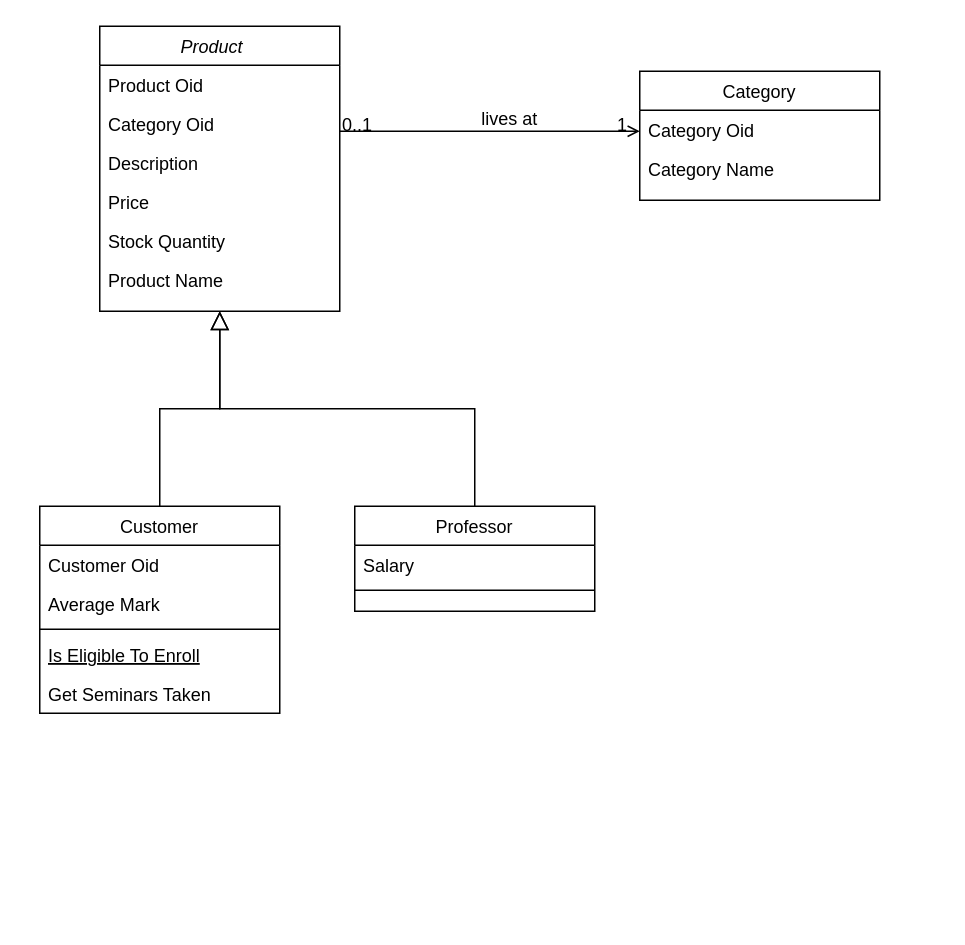
Earlier version of the draw.io diagram AssetManagementRetail.drawio (arizzadamm/AssetManagementRetail). Source tidied: cells renumbered, new cells numbered last; positions are measured from the earlier drawing's top-left corner, leaving out a move shared by most shapes. Both pictures are drawn from the tidied source at 150%, with x=0, y=0 at pixel (39, 26).
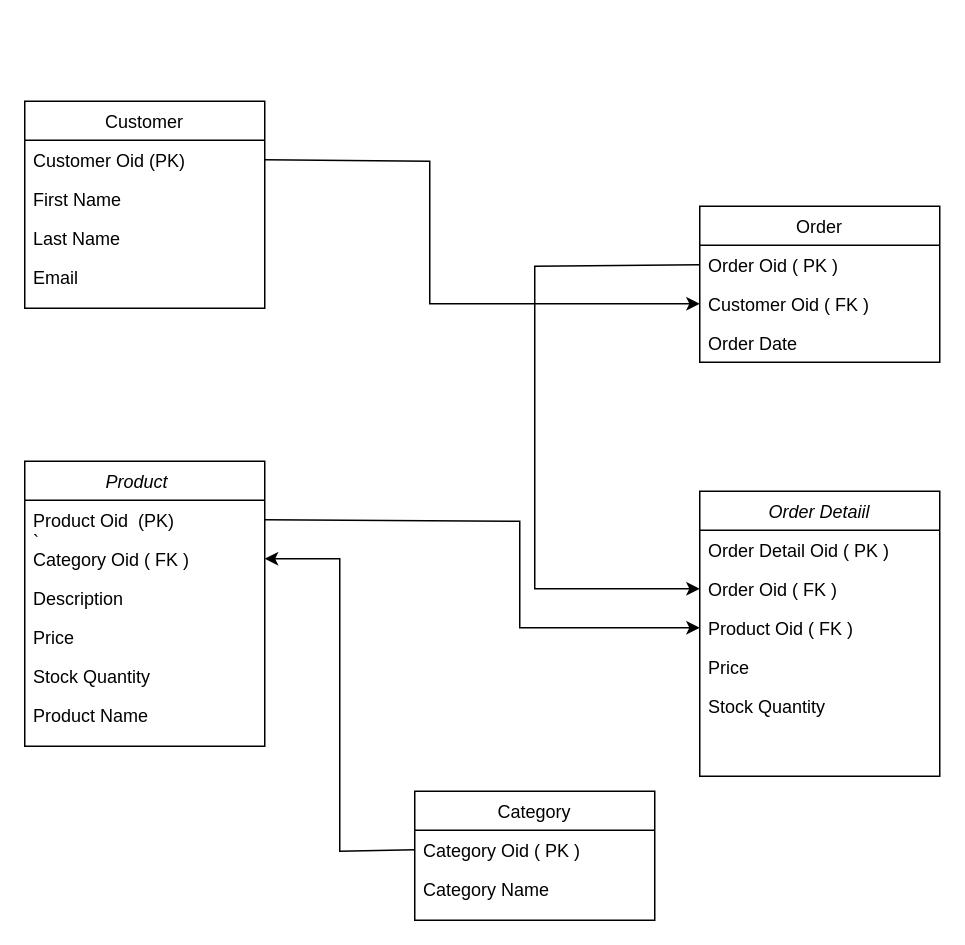
Above is the later version.

Change to the diagram source:
```diff
@@
     <mxCell id="2" value="Product   " style="swimlane;fontStyle=2;align=center;verticalAlign=top;horizontal=1;startSize=26;rounded=0;shadow=0;strokeWidth=1;" parent="1" vertex="1">
-      <mxGeometry x="40" width="160" height="190" as="geometry" />
+      <mxGeometry x="-10" y="290" width="160" height="190" as="geometry" />
     </mxCell>
-    <mxCell id="3" value="Product Oid    &#10;&#10;&#10;" style="text;align=left;verticalAlign=top;spacingLeft=4;spacingRight=4;overflow=hidden;points=[[0,0.5],[1,0.5]];portConstraint=eastwest;" parent="2" vertex="1">
+    <mxCell id="3" value="Product Oid  (PK)&#10;`&#10;&#10;" style="text;align=left;verticalAlign=top;spacingLeft=4;spacingRight=4;overflow=hidden;points=[[0,0.5],[1,0.5]];portConstraint=eastwest;" parent="2" vertex="1">
       <mxGeometry y="26" width="160" height="26" as="geometry" />
     </mxCell>
-    <mxCell id="4" value="Category Oid" style="text;align=left;verticalAlign=top;spacingLeft=4;spacingRight=4;overflow=hidden;points=[[0,0.5],[1,0.5]];portConstraint=eastwest;rounded=0;shadow=0;html=0;" parent="2" vertex="1">
+    <mxCell id="4" value="Category Oid ( FK ) " style="text;align=left;verticalAlign=top;spacingLeft=4;spacingRight=4;overflow=hidden;points=[[0,0.5],[1,0.5]];portConstraint=eastwest;rounded=0;shadow=0;html=0;" parent="2" vertex="1">
       <mxGeometry y="52" width="160" height="26" as="geometry" />
     </mxCell>
@@
     <mxCell id="9" value="Customer" style="swimlane;fontStyle=0;align=center;verticalAlign=top;horizontal=1;startSize=26;rounded=0;shadow=0;strokeWidth=1;" parent="1" vertex="1">
-      <mxGeometry y="320" width="160" height="138" as="geometry" />
+      <mxGeometry x="-10" y="50" width="160" height="138" as="geometry" />
     </mxCell>
-    <mxCell id="10" value="Customer Oid" style="text;align=left;verticalAlign=top;spacingLeft=4;spacingRight=4;overflow=hidden;points=[[0,0.5],[1,0.5]];portConstraint=eastwest;" parent="9" vertex="1">
+    <mxCell id="10" value="Customer Oid (PK)" style="text;align=left;verticalAlign=top;spacingLeft=4;spacingRight=4;overflow=hidden;points=[[0,0.5],[1,0.5]];portConstraint=eastwest;" parent="9" vertex="1">
       <mxGeometry y="26" width="160" height="26" as="geometry" />
     </mxCell>
-    <mxCell id="11" value="Average Mark" style="text;align=left;verticalAlign=top;spacingLeft=4;spacingRight=4;overflow=hidden;rounded=0;shadow=0;html=0;" parent="9" vertex="1">
+    <mxCell id="11" value="First Name" style="text;align=left;verticalAlign=top;spacingLeft=4;spacingRight=4;overflow=hidden;rounded=0;shadow=0;html=0;" parent="9" vertex="1">
       <mxGeometry y="52" width="160" height="26" as="geometry" />
     </mxCell>
-    <mxCell id="12" style="line;html=1;strokeWidth=1;align=left;verticalAlign=middle;spacingTop=-1;spacingLeft=3;spacingRight=3;labelPosition=right;" parent="9" vertex="1">
-      <mxGeometry y="78" width="160" height="8" as="geometry" />
-    </mxCell>
-    <mxCell id="13" value="Is Eligible To Enroll" style="text;align=left;verticalAlign=top;spacingLeft=4;spacingRight=4;overflow=hidden;fontStyle=4;" parent="9" vertex="1">
-      <mxGeometry y="86" width="160" height="26" as="geometry" />
+    <mxCell id="13" value="Last Name" style="text;align=left;verticalAlign=top;spacingLeft=4;spacingRight=4;overflow=hidden;fontStyle=0;strokeWidth=1;" parent="9" vertex="1">
+      <mxGeometry y="78" width="160" height="26" as="geometry" />
     </mxCell>
-    <mxCell id="14" value="Get Seminars Taken" style="text;align=left;verticalAlign=top;spacingLeft=4;spacingRight=4;overflow=hidden;" parent="9" vertex="1">
-      <mxGeometry y="112" width="160" height="26" as="geometry" />
+    <mxCell id="14" value="Email" style="text;align=left;verticalAlign=top;spacingLeft=4;spacingRight=4;overflow=hidden;" parent="9" vertex="1">
+      <mxGeometry y="104" width="160" height="26" as="geometry" />
     </mxCell>
-    <mxCell id="15" style="endArrow=block;endSize=10;endFill=0;shadow=0;strokeWidth=1;rounded=0;edgeStyle=elbowEdgeStyle;elbow=vertical;" parent="1" edge="1" source="9" target="2">
-      <mxGeometry relative="1" as="geometry" />
-    </mxCell>
-    <mxCell id="16" value="Professor" style="swimlane;fontStyle=0;align=center;verticalAlign=top;horizontal=1;startSize=26;rounded=0;shadow=0;strokeWidth=1;" parent="1" vertex="1">
-      <mxGeometry x="210" y="320" width="160" height="70" as="geometry" />
+    <mxCell id="16" value="Order" style="swimlane;fontStyle=0;align=center;verticalAlign=top;horizontal=1;startSize=26;rounded=0;shadow=0;strokeWidth=1;" parent="1" vertex="1">
+      <mxGeometry x="440" y="120" width="160" height="104" as="geometry" />
     </mxCell>
-    <mxCell id="17" value="Salary" style="text;align=left;verticalAlign=top;spacingLeft=4;spacingRight=4;overflow=hidden;points=[[0,0.5],[1,0.5]];portConstraint=eastwest;" parent="16" vertex="1">
+    <mxCell id="17" value="Order Oid ( PK )&#10;" style="text;align=left;verticalAlign=top;spacingLeft=4;spacingRight=4;overflow=hidden;points=[[0,0.5],[1,0.5]];portConstraint=eastwest;" parent="16" vertex="1">
       <mxGeometry y="26" width="160" height="26" as="geometry" />
     </mxCell>
-    <mxCell id="18" style="line;html=1;strokeWidth=1;align=left;verticalAlign=middle;spacingTop=-1;spacingLeft=3;spacingRight=3;labelPosition=right;" parent="16" vertex="1">
-      <mxGeometry y="52" width="160" height="8" as="geometry" />
-    </mxCell>
-    <mxCell id="19" style="endArrow=block;endSize=10;endFill=0;shadow=0;strokeWidth=1;rounded=0;edgeStyle=elbowEdgeStyle;elbow=vertical;" parent="1" edge="1" source="16" target="2">
-      <mxGeometry relative="1" as="geometry" />
-    </mxCell>
+    <mxCell id="27" value="Customer Oid ( FK )&#10;" style="text;align=left;verticalAlign=top;spacingLeft=4;spacingRight=4;overflow=hidden;points=[[0,0.5],[1,0.5]];portConstraint=eastwest;" parent="16" vertex="1">
+      <mxGeometry y="52" width="160" height="26" as="geometry" />
+    </mxCell>
+    <mxCell id="28" value="Order Date" style="text;align=left;verticalAlign=top;spacingLeft=4;spacingRight=4;overflow=hidden;" parent="16" vertex="1">
+      <mxGeometry y="78" width="160" height="26" as="geometry" />
+    </mxCell>
     <mxCell id="20" value="Category" style="swimlane;fontStyle=0;align=center;verticalAlign=top;horizontal=1;startSize=26;rounded=0;shadow=0;strokeWidth=1;" parent="1" vertex="1">
-      <mxGeometry x="400" y="30" width="160" height="86" as="geometry" />
+      <mxGeometry x="250" y="510" width="160" height="86" as="geometry" />
     </mxCell>
-    <mxCell id="21" value="Category Oid" style="text;align=left;verticalAlign=top;spacingLeft=4;spacingRight=4;overflow=hidden;points=[[0,0.5],[1,0.5]];portConstraint=eastwest;" parent="20" vertex="1">
+    <mxCell id="21" value="Category Oid ( PK )" style="text;align=left;verticalAlign=top;spacingLeft=4;spacingRight=4;overflow=hidden;points=[[0,0.5],[1,0.5]];portConstraint=eastwest;" parent="20" vertex="1">
       <mxGeometry y="26" width="160" height="26" as="geometry" />
     </mxCell>
@@
-    <mxCell id="23" style="endArrow=open;shadow=0;strokeWidth=1;rounded=0;endFill=1;edgeStyle=elbowEdgeStyle;elbow=vertical;" parent="1" edge="1">
-      <mxGeometry x="0.5" y="41" relative="1" as="geometry">
-        <mxPoint x="200" y="70" as="sourcePoint" />
-        <mxPoint x="400" y="70" as="targetPoint" />
-        <Array as="points">
-          <mxPoint x="270" y="70" />
-        </Array>
-        <mxPoint x="-40" y="32" as="offset" />
-      </mxGeometry>
-    </mxCell>
-    <mxCell id="24" value="0..1" style="align=left;verticalAlign=bottom;labelBackgroundColor=none;fontSize=12;" parent="23" vertex="1">
-      <mxGeometry x="-1" relative="1" as="geometry">
-        <mxPoint y="4" as="offset" />
-      </mxGeometry>
-    </mxCell>
-    <mxCell id="25" value="1" style="align=right;verticalAlign=bottom;labelBackgroundColor=none;fontSize=12;" parent="23" vertex="1">
-      <mxGeometry x="1" relative="1" as="geometry">
-        <mxPoint x="-7" y="4" as="offset" />
-      </mxGeometry>
-    </mxCell>
-    <mxCell id="26" value="lives at" style="text;html=1;align=center;verticalAlign=middle;labelBackgroundColor=none;rounded=0;shadow=0;strokeWidth=1;fontSize=12;" parent="23" vertex="1">
-      <mxGeometry x="0.5" y="49" relative="1" as="geometry">
-        <mxPoint x="-38" y="40" as="offset" />
-      </mxGeometry>
-    </mxCell>
+    <mxCell id="29" value="Order Detaiil" style="swimlane;fontStyle=2;align=center;verticalAlign=top;horizontal=1;startSize=26;rounded=0;shadow=0;strokeWidth=1;" parent="1" vertex="1">
+      <mxGeometry x="440" y="310" width="160" height="190" as="geometry" />
+    </mxCell>
+    <mxCell id="30" value="Order Detail Oid ( PK )&#10;" style="text;align=left;verticalAlign=top;spacingLeft=4;spacingRight=4;overflow=hidden;" parent="29" vertex="1">
+      <mxGeometry y="26" width="160" height="26" as="geometry" />
+    </mxCell>
+    <mxCell id="31" value="Order Oid ( FK )" style="text;align=left;verticalAlign=top;spacingLeft=4;spacingRight=4;overflow=hidden;points=[[0,0.5],[1,0.5]];portConstraint=eastwest;rounded=0;shadow=0;html=0;" parent="29" vertex="1">
+      <mxGeometry y="52" width="160" height="26" as="geometry" />
+    </mxCell>
+    <mxCell id="32" value="Product Oid ( FK )&#10;" style="text;align=left;verticalAlign=top;spacingLeft=4;spacingRight=4;overflow=hidden;points=[[0,0.5],[1,0.5]];portConstraint=eastwest;rounded=0;shadow=0;html=0;" parent="29" vertex="1">
+      <mxGeometry y="78" width="160" height="26" as="geometry" />
+    </mxCell>
+    <mxCell id="33" value="Price    &#10;&#10;    &#10;" style="text;align=left;verticalAlign=top;spacingLeft=4;spacingRight=4;overflow=hidden;" parent="29" vertex="1">
+      <mxGeometry y="104" width="160" height="26" as="geometry" />
+    </mxCell>
+    <mxCell id="34" value="Stock Quantity" style="text;align=left;verticalAlign=top;spacingLeft=4;spacingRight=4;overflow=hidden;rounded=0;shadow=0;html=0;" parent="29" vertex="1">
+      <mxGeometry y="130" width="160" height="26" as="geometry" />
+    </mxCell>
+    <mxCell id="35" style="endArrow=classic;html=1;rounded=0;exitX=0;exitY=0.5;exitDx=0;exitDy=0;entryX=1;entryY=0.5;entryDx=0;entryDy=0;" parent="1" edge="1" source="21" target="4">
+      <mxGeometry relative="1" as="geometry">
+        <Array as="points">
+          <mxPoint x="200" y="550" />
+          <mxPoint x="200" y="355" />
+        </Array>
+      </mxGeometry>
+    </mxCell>
+    <mxCell id="36" style="endArrow=classic;html=1;rounded=0;exitX=1;exitY=0.5;exitDx=0;exitDy=0;entryX=0;entryY=0.5;entryDx=0;entryDy=0;" parent="1" edge="1" source="3" target="32">
+      <mxGeometry relative="1" as="geometry">
+        <Array as="points">
+          <mxPoint x="320" y="330" />
+          <mxPoint x="320" y="401" />
+        </Array>
+      </mxGeometry>
+    </mxCell>
+    <mxCell id="37" style="endArrow=classic;html=1;rounded=0;exitX=0;exitY=0.5;exitDx=0;exitDy=0;entryX=0;entryY=0.5;entryDx=0;entryDy=0;" parent="1" edge="1" source="17" target="31">
+      <mxGeometry relative="1" as="geometry">
+        <Array as="points">
+          <mxPoint x="330" y="160" />
+          <mxPoint x="330" y="375" />
+        </Array>
+      </mxGeometry>
+    </mxCell>
+    <mxCell id="38" style="endArrow=classic;html=1;rounded=0;exitX=1;exitY=0.5;exitDx=0;exitDy=0;entryX=0;entryY=0.5;entryDx=0;entryDy=0;" parent="1" edge="1" source="10" target="27">
+      <mxGeometry relative="1" as="geometry">
+        <Array as="points">
+          <mxPoint x="260" y="90" />
+          <mxPoint x="260" y="185" />
+        </Array>
+      </mxGeometry>
+    </mxCell>
```
